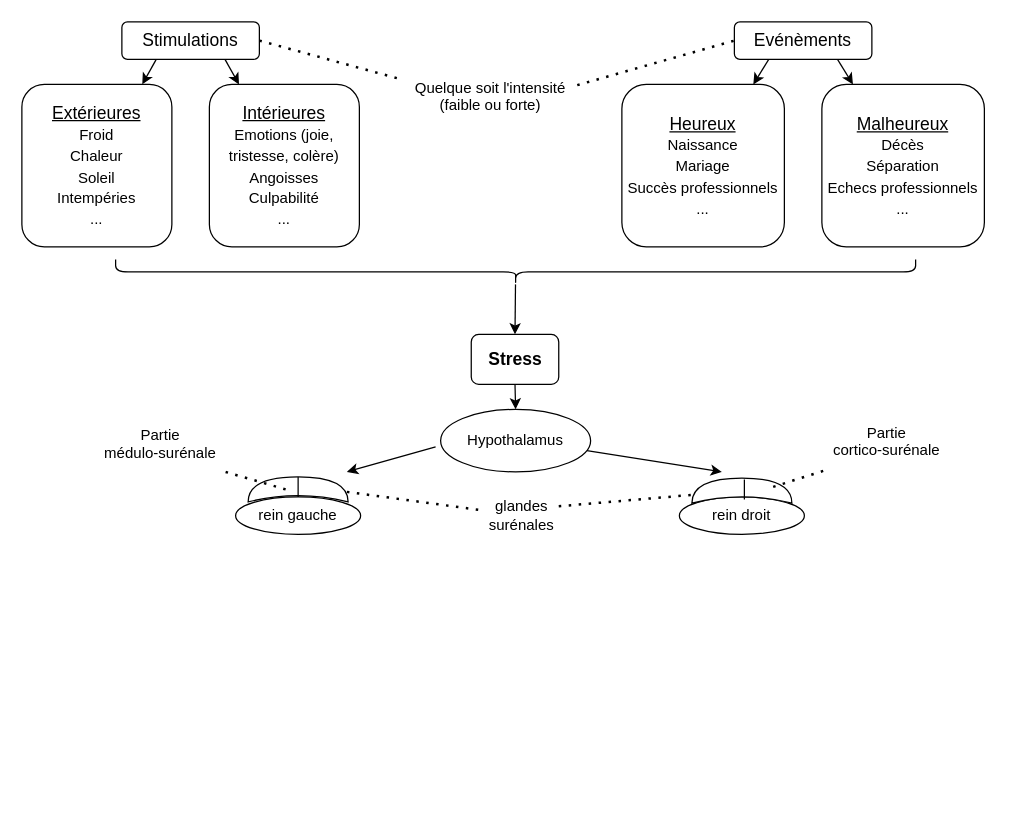
This is Untitled Diagram.drawio from rvcmla/formation, a draw.io file, before an edit. Source tidied: cells renumbered, new cells numbered last; positions are measured from the earlier drawing's top-left corner, leaving out a move shared by most shapes. Both pictures are drawn from the tidied source at 125%, with x=0, y=0 at pixel (21, -129).
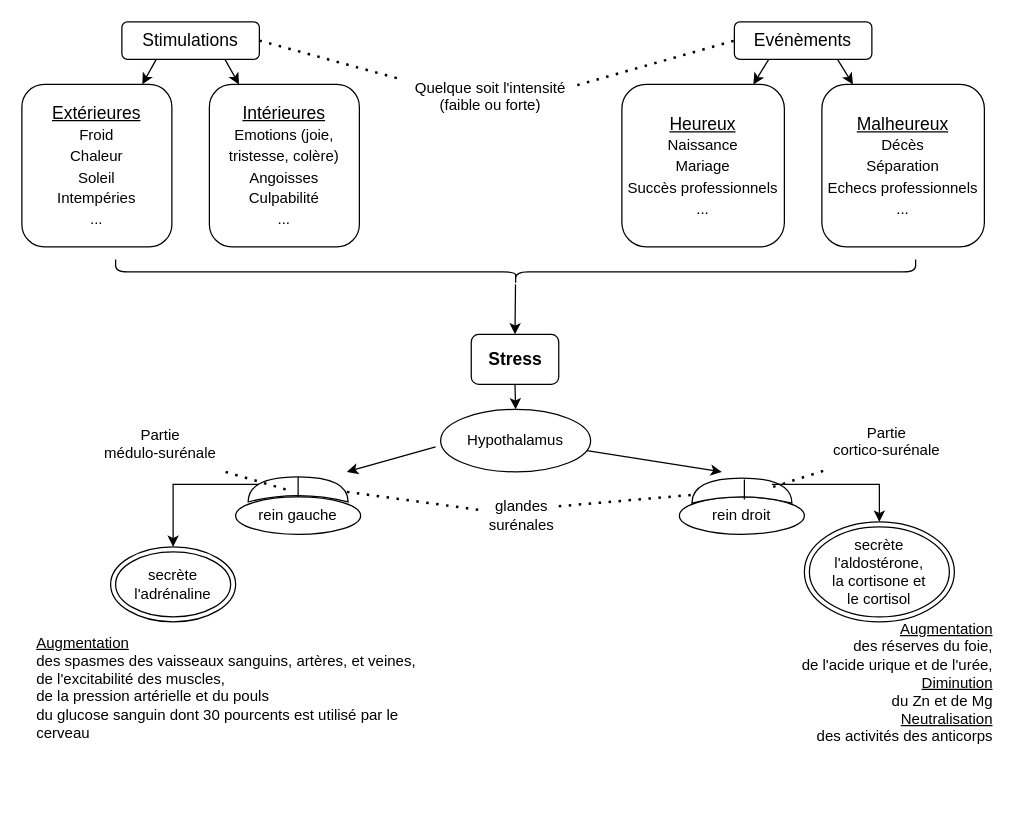
The same diagram, later.

The change refers to these unchanged cells:
```xml
<mxCell id="20" style="shape=xor;whiteSpace=wrap;html=1;fontSize=12;rotation=-90;" parent="1" vertex="1">
  <mxGeometry x="211" y="454" width="20" height="80" as="geometry" />
</mxCell>
```

What changed in the source:
```diff
@@
+    <mxCell id="35" style="edgeStyle=segmentEdgeStyle;endArrow=classic;html=1;rounded=0;fontSize=12;exitX=0.7;exitY=0.1;exitDx=0;exitDy=0;exitPerimeter=0;" parent="1" edge="1" source="20" target="36">
+      <mxGeometry relative="1" as="geometry" />
+    </mxCell>
+    <mxCell id="36" value="secrète l'adrénaline" style="ellipse;shape=doubleEllipse;whiteSpace=wrap;html=1;fontSize=12;" parent="1" vertex="1">
+      <mxGeometry x="71" y="540" width="100" height="60" as="geometry" />
+    </mxCell>
+    <mxCell id="37" value="&lt;div align=&quot;left&quot;&gt;&lt;u&gt;Augmentation&lt;/u&gt; &lt;br&gt;&lt;/div&gt;&lt;div align=&quot;left&quot;&gt;des spasmes des vaisseaux sanguins, artères, et veines,&lt;/div&gt;&lt;div align=&quot;left&quot;&gt;de l'excitabilité des muscles,&lt;/div&gt;&lt;div align=&quot;left&quot;&gt;de la pression artérielle et du pouls&lt;/div&gt;&lt;div align=&quot;left&quot;&gt;du glucose sanguin dont 30 pourcents est utilisé par le cerveau&lt;br&gt;&lt;/div&gt;&lt;div align=&quot;left&quot;&gt;&lt;br&gt;&lt;/div&gt;" style="text;html=1;strokeColor=none;fillColor=none;align=left;verticalAlign=middle;whiteSpace=wrap;rounded=0;fontSize=12;" parent="1" vertex="1">
+      <mxGeometry x="10" y="580" width="319" height="160" as="geometry" />
+    </mxCell>
+    <mxCell id="38" style="edgeStyle=segmentEdgeStyle;endArrow=classic;html=1;rounded=0;fontSize=12;" parent="1" edge="1" target="39">
+      <mxGeometry relative="1" as="geometry">
+        <mxPoint x="600" y="490" as="sourcePoint" />
+      </mxGeometry>
+    </mxCell>
+    <mxCell id="39" value="&lt;div&gt;secrète l'aldostérone, &lt;br&gt;&lt;/div&gt;&lt;div&gt;la cortisone et &lt;br&gt;&lt;/div&gt;&lt;div&gt;le cortisol&lt;/div&gt;" style="ellipse;shape=doubleEllipse;whiteSpace=wrap;html=1;fontSize=12;" parent="1" vertex="1">
+      <mxGeometry x="626" y="520" width="120" height="80" as="geometry" />
+    </mxCell>
+    <mxCell id="40" value="&lt;div align=&quot;right&quot;&gt;&lt;u&gt;Augmentation&lt;/u&gt; &lt;br&gt;&lt;/div&gt;&lt;div align=&quot;right&quot;&gt;des réserves du foie,&lt;/div&gt;&lt;div align=&quot;right&quot;&gt;de l'acide urique et de l'urée,&lt;/div&gt;&lt;div align=&quot;right&quot;&gt;&lt;u&gt;Diminution&lt;/u&gt;&lt;br&gt;&lt;/div&gt;&lt;div align=&quot;right&quot;&gt;du Zn et de Mg&lt;br&gt;&lt;/div&gt;&lt;div align=&quot;right&quot;&gt;&lt;u&gt;Neutralisation&lt;/u&gt;&lt;/div&gt;&lt;div align=&quot;right&quot;&gt;des activités des anticorps&lt;br&gt;&lt;/div&gt;&lt;div align=&quot;right&quot;&gt;&lt;br&gt;&lt;/div&gt;" style="text;html=1;strokeColor=none;fillColor=none;align=right;verticalAlign=middle;whiteSpace=wrap;rounded=0;fontSize=12;" parent="1" vertex="1">
+      <mxGeometry x="460" y="576" width="319" height="160" as="geometry" />
+    </mxCell>
```
